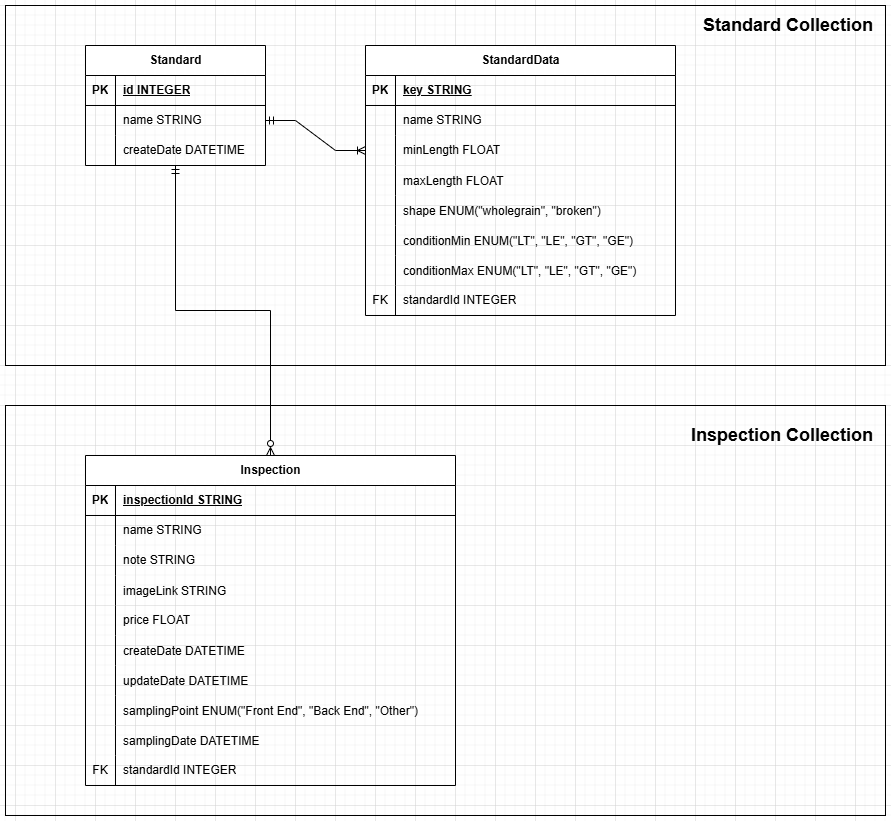
nungsorb/easy-rice-app-docker-implement keeps this draw.io diagram as system_design/easy_rice_erd.png. Above is the earlier version. Source tidied: cells renumbered, new cells last; positions are measured from the earlier drawing's top-left corner, leaving out a move shared by most shapes.
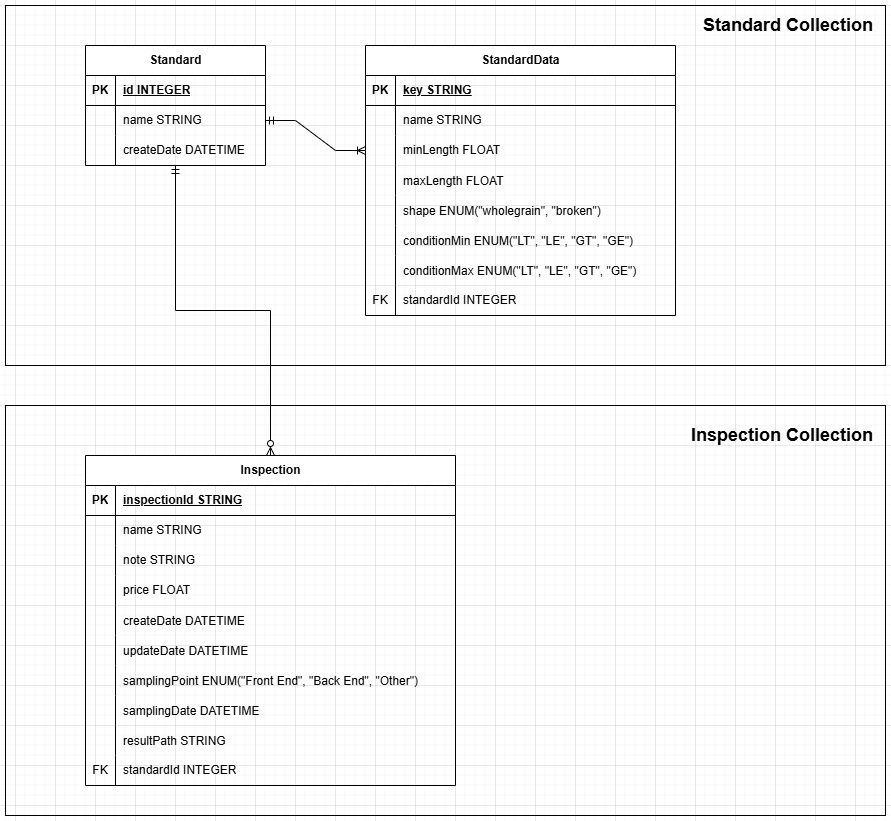
After the change.

Commit message:
backend: adjust history service and schema to support upload file

What changed in the source:
```diff
@@ -149,17 +149,8 @@
     <mxCell id="50" value="note STRING" style="shape=partialRectangle;fillColor=none;top=0;left=0;bottom=0;right=0;align=left;spacingLeft=6;overflow=hidden;whiteSpace=wrap;html=1;" parent="48" vertex="1">
       <mxGeometry x="30" width="340" height="30" as="geometry" />
     </mxCell>
-    <mxCell id="51" style="shape=tableRow;horizontal=0;startSize=0;swimlaneHead=0;swimlaneBody=0;fillColor=none;top=0;left=0;right=0;bottom=0;" parent="41" vertex="1">
-      <mxGeometry y="120" width="370" height="30" as="geometry" />
-    </mxCell>
-    <mxCell id="52" style="shape=partialRectangle;fillColor=none;top=0;left=0;bottom=0;right=0;overflow=hidden;" parent="51" vertex="1">
-      <mxGeometry width="30" height="30" as="geometry" />
-    </mxCell>
-    <mxCell id="53" value="imageLink STRING" style="shape=partialRectangle;fillColor=none;top=0;left=0;bottom=0;right=0;align=left;spacingLeft=6;overflow=hidden;" parent="51" vertex="1">
-      <mxGeometry x="30" width="340" height="30" as="geometry" />
-    </mxCell>
     <mxCell id="54" style="shape=tableRow;horizontal=0;startSize=0;swimlaneHead=0;swimlaneBody=0;fillColor=none;top=0;left=0;right=0;bottom=0;" parent="41" vertex="1">
-      <mxGeometry y="150" width="370" height="30" as="geometry" />
+      <mxGeometry y="120" width="370" height="30" as="geometry" />
     </mxCell>
     <mxCell id="55" style="shape=partialRectangle;fillColor=none;top=0;left=0;bottom=0;right=0;overflow=hidden;whiteSpace=wrap;html=1;" parent="54" vertex="1">
       <mxGeometry width="30" height="30" as="geometry" />
@@ -168,7 +159,7 @@
       <mxGeometry x="30" width="340" height="30" as="geometry" />
     </mxCell>
     <mxCell id="57" style="shape=tableRow;horizontal=0;startSize=0;swimlaneHead=0;swimlaneBody=0;fillColor=none;top=0;left=0;right=0;bottom=0;" parent="41" vertex="1">
-      <mxGeometry y="180" width="370" height="30" as="geometry" />
+      <mxGeometry y="150" width="370" height="30" as="geometry" />
     </mxCell>
     <mxCell id="58" style="shape=partialRectangle;fillColor=none;top=0;left=0;bottom=0;right=0;overflow=hidden;" parent="57" vertex="1">
       <mxGeometry width="30" height="30" as="geometry" />
@@ -177,7 +168,7 @@
       <mxGeometry x="30" width="340" height="30" as="geometry" />
     </mxCell>
     <mxCell id="60" style="shape=tableRow;horizontal=0;startSize=0;swimlaneHead=0;swimlaneBody=0;fillColor=none;top=0;left=0;right=0;bottom=0;" parent="41" vertex="1">
-      <mxGeometry y="210" width="370" height="30" as="geometry" />
+      <mxGeometry y="180" width="370" height="30" as="geometry" />
     </mxCell>
     <mxCell id="61" style="shape=partialRectangle;fillColor=none;top=0;left=0;bottom=0;right=0;overflow=hidden;" parent="60" vertex="1">
       <mxGeometry width="30" height="30" as="geometry" />
@@ -186,7 +177,7 @@
       <mxGeometry x="30" width="340" height="30" as="geometry" />
     </mxCell>
     <mxCell id="63" style="shape=tableRow;horizontal=0;startSize=0;swimlaneHead=0;swimlaneBody=0;fillColor=none;top=0;left=0;right=0;bottom=0;" parent="41" vertex="1">
-      <mxGeometry y="240" width="370" height="30" as="geometry" />
+      <mxGeometry y="210" width="370" height="30" as="geometry" />
     </mxCell>
     <mxCell id="64" style="shape=partialRectangle;fillColor=none;top=0;left=0;bottom=0;right=0;overflow=hidden;" parent="63" vertex="1">
       <mxGeometry width="30" height="30" as="geometry" />
@@ -195,7 +186,7 @@
       <mxGeometry x="30" width="340" height="30" as="geometry" />
     </mxCell>
     <mxCell id="66" style="shape=tableRow;horizontal=0;startSize=0;swimlaneHead=0;swimlaneBody=0;fillColor=none;top=0;left=0;right=0;bottom=0;" parent="41" vertex="1">
-      <mxGeometry y="270" width="370" height="30" as="geometry" />
+      <mxGeometry y="240" width="370" height="30" as="geometry" />
     </mxCell>
     <mxCell id="67" style="shape=partialRectangle;fillColor=none;top=0;left=0;bottom=0;right=0;overflow=hidden;" parent="66" vertex="1">
       <mxGeometry width="30" height="30" as="geometry" />
@@ -203,6 +194,15 @@
     <mxCell id="68" value="samplingDate DATETIME" style="shape=partialRectangle;fillColor=none;top=0;left=0;bottom=0;right=0;align=left;spacingLeft=6;overflow=hidden;" parent="66" vertex="1">
       <mxGeometry x="30" width="340" height="30" as="geometry" />
     </mxCell>
+    <mxCell id="51" style="shape=tableRow;horizontal=0;startSize=0;swimlaneHead=0;swimlaneBody=0;fillColor=none;top=0;left=0;right=0;bottom=0;" parent="41" vertex="1">
+      <mxGeometry y="270" width="370" height="30" as="geometry" />
+    </mxCell>
+    <mxCell id="52" style="shape=partialRectangle;fillColor=none;top=0;left=0;bottom=0;right=0;overflow=hidden;" parent="51" vertex="1">
+      <mxGeometry width="30" height="30" as="geometry" />
+    </mxCell>
+    <mxCell id="53" value="resultPath STRING" style="shape=partialRectangle;fillColor=none;top=0;left=0;bottom=0;right=0;align=left;spacingLeft=6;overflow=hidden;" parent="51" vertex="1">
+      <mxGeometry x="30" width="340" height="30" as="geometry" />
+    </mxCell>
     <mxCell id="69" style="shape=tableRow;horizontal=0;startSize=0;swimlaneHead=0;swimlaneBody=0;fillColor=none;top=0;left=0;right=0;bottom=0;" parent="41" vertex="1">
       <mxGeometry y="300" width="370" height="30" as="geometry" />
     </mxCell>
```
